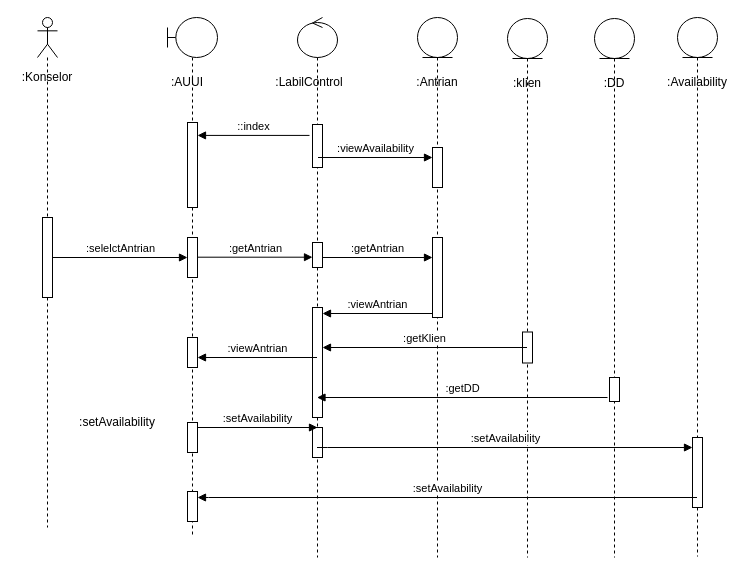
The draw.io diagram Mini-Proj/Seq-MM-2.drawio in mahesri/uml_ads_sms3, before the edit. Source tidied: cells renumbered, new cells numbered last; positions are measured from the earlier drawing's top-left corner, leaving out a move shared by most shapes. Both pictures are drawn from the tidied source at 100%, with x=0, y=0 at pixel (17, 17).
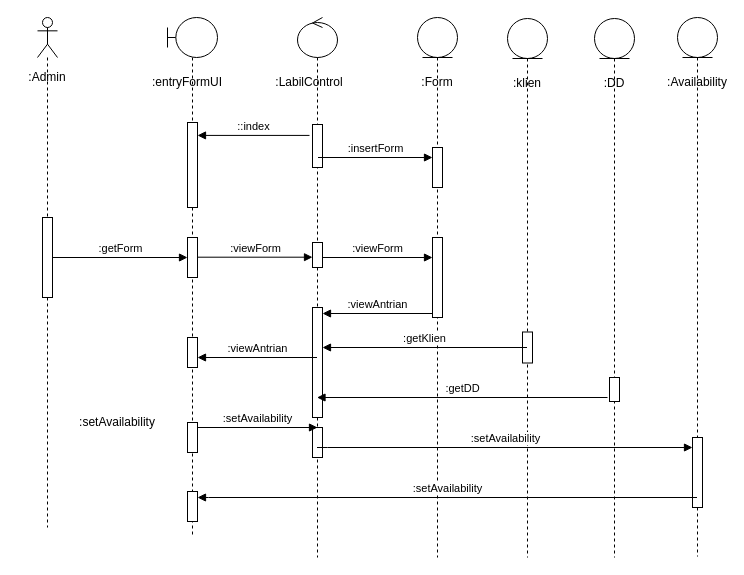
Above is the later version.

Unchanged cells that the change refers to:
```xml
<mxCell id="12" style="html=1;points=[[0,0,0,0,5],[0,1,0,0,-5],[1,0,0,0,5],[1,1,0,0,-5]];perimeter=orthogonalPerimeter;outlineConnect=0;targetShapes=umlLifeline;portConstraint=eastwest;newEdgeStyle={&quot;curved&quot;:0,&quot;rounded&quot;:0};" parent="10" vertex="1">
  <mxGeometry x="15" y="225" width="10" height="25" as="geometry" />
</mxCell>
<mxCell id="25" style="html=1;points=[[0,0,0,0,5],[0,1,0,0,-5],[1,0,0,0,5],[1,1,0,0,-5]];perimeter=orthogonalPerimeter;outlineConnect=0;targetShapes=umlLifeline;portConstraint=eastwest;newEdgeStyle={&quot;curved&quot;:0,&quot;rounded&quot;:0};" parent="1" vertex="1">
  <mxGeometry x="170" y="220" width="10" height="40" as="geometry" />
</mxCell>
<mxCell id="27" style="html=1;points=[[0,0,0,0,5],[0,1,0,0,-5],[1,0,0,0,5],[1,1,0,0,-5]];perimeter=orthogonalPerimeter;outlineConnect=0;targetShapes=umlLifeline;portConstraint=eastwest;newEdgeStyle={&quot;curved&quot;:0,&quot;rounded&quot;:0};" parent="1" vertex="1">
  <mxGeometry x="25" y="200" width="10" height="80" as="geometry" />
</mxCell>
```

Diff of the diagram source:
```diff
@@
-    <mxCell id="3" value=":AUUI" style="text;html=1;strokeColor=none;fillColor=none;align=center;verticalAlign=middle;whiteSpace=wrap;rounded=0;" parent="1" vertex="1">
+    <mxCell id="3" value=":entryFormUI" style="text;html=1;strokeColor=none;fillColor=none;align=center;verticalAlign=middle;whiteSpace=wrap;rounded=0;" parent="1" vertex="1">
       <mxGeometry x="140" y="50" width="60" height="30" as="geometry" />
     </mxCell>
@@
-    <mxCell id="9" value=":Konselor" style="text;html=1;strokeColor=none;fillColor=none;align=center;verticalAlign=middle;whiteSpace=wrap;rounded=0;" parent="1" vertex="1">
+    <mxCell id="9" value=":Admin" style="text;html=1;strokeColor=none;fillColor=none;align=center;verticalAlign=middle;whiteSpace=wrap;rounded=0;" parent="1" vertex="1">
       <mxGeometry y="45" width="60" height="30" as="geometry" />
     </mxCell>
@@
-    <mxCell id="16" value=":viewAvailability" style="html=1;verticalAlign=bottom;endArrow=block;curved=0;rounded=0;" parent="1" edge="1">
+    <mxCell id="16" value=":insertForm" style="html=1;verticalAlign=bottom;endArrow=block;curved=0;rounded=0;" parent="1" edge="1">
       <mxGeometry relative="1" as="geometry">
         <mxPoint x="300.5" y="140" as="sourcePoint" />
         <mxPoint x="415" y="140" as="targetPoint" />
       </mxGeometry>
     </mxCell>
@@
-    <mxCell id="18" value=":Antrian" style="text;html=1;strokeColor=none;fillColor=none;align=center;verticalAlign=middle;whiteSpace=wrap;rounded=0;" parent="1" vertex="1">
+    <mxCell id="18" value=":Form" style="text;html=1;strokeColor=none;fillColor=none;align=center;verticalAlign=middle;whiteSpace=wrap;rounded=0;" parent="1" vertex="1">
       <mxGeometry x="390" y="50" width="60" height="30" as="geometry" />
     </mxCell>
@@
-    <mxCell id="26" value=":selelctAntrian" style="html=1;verticalAlign=bottom;endArrow=block;curved=0;rounded=0;" parent="1" edge="1" source="27" target="25">
+    <mxCell id="26" value=":getForm&lt;br&gt;" style="html=1;verticalAlign=bottom;endArrow=block;curved=0;rounded=0;" parent="1" edge="1" source="27" target="25">
       <mxGeometry relative="1" as="geometry" />
     </mxCell>
@@
-    <mxCell id="28" value=":getAntrian" style="html=1;verticalAlign=bottom;endArrow=block;curved=0;rounded=0;" parent="1" edge="1" target="12">
+    <mxCell id="28" value=":viewForm" style="html=1;verticalAlign=bottom;endArrow=block;curved=0;rounded=0;" parent="1" edge="1" target="12">
       <mxGeometry relative="1" as="geometry">
         <mxPoint x="180" y="239.7" as="sourcePoint" />
       </mxGeometry>
     </mxCell>
-    <mxCell id="29" value=":getAntrian" style="html=1;verticalAlign=bottom;endArrow=block;curved=0;rounded=0;" parent="1" edge="1" source="12">
+    <mxCell id="29" value=":viewForm" style="html=1;verticalAlign=bottom;endArrow=block;curved=0;rounded=0;" parent="1" edge="1" source="12">
       <mxGeometry relative="1" as="geometry">
         <mxPoint x="415" y="240" as="targetPoint" />
       </mxGeometry>
     </mxCell>
```
